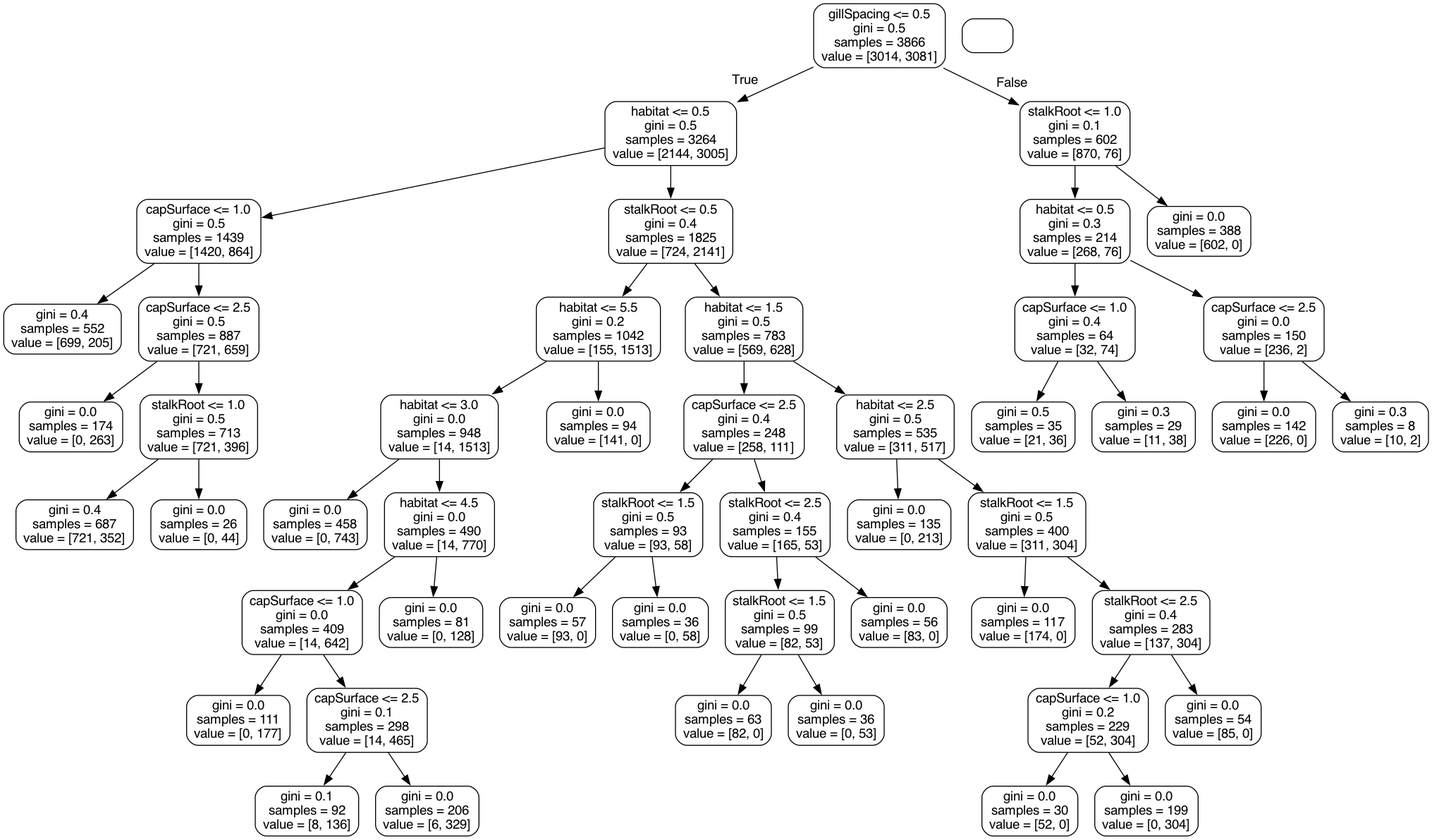
This is tree.png from williamhenderson02/ML-Coursework-2022, a Graphviz export, as it was before one commit. Its source is kept beside it as tree.dot.
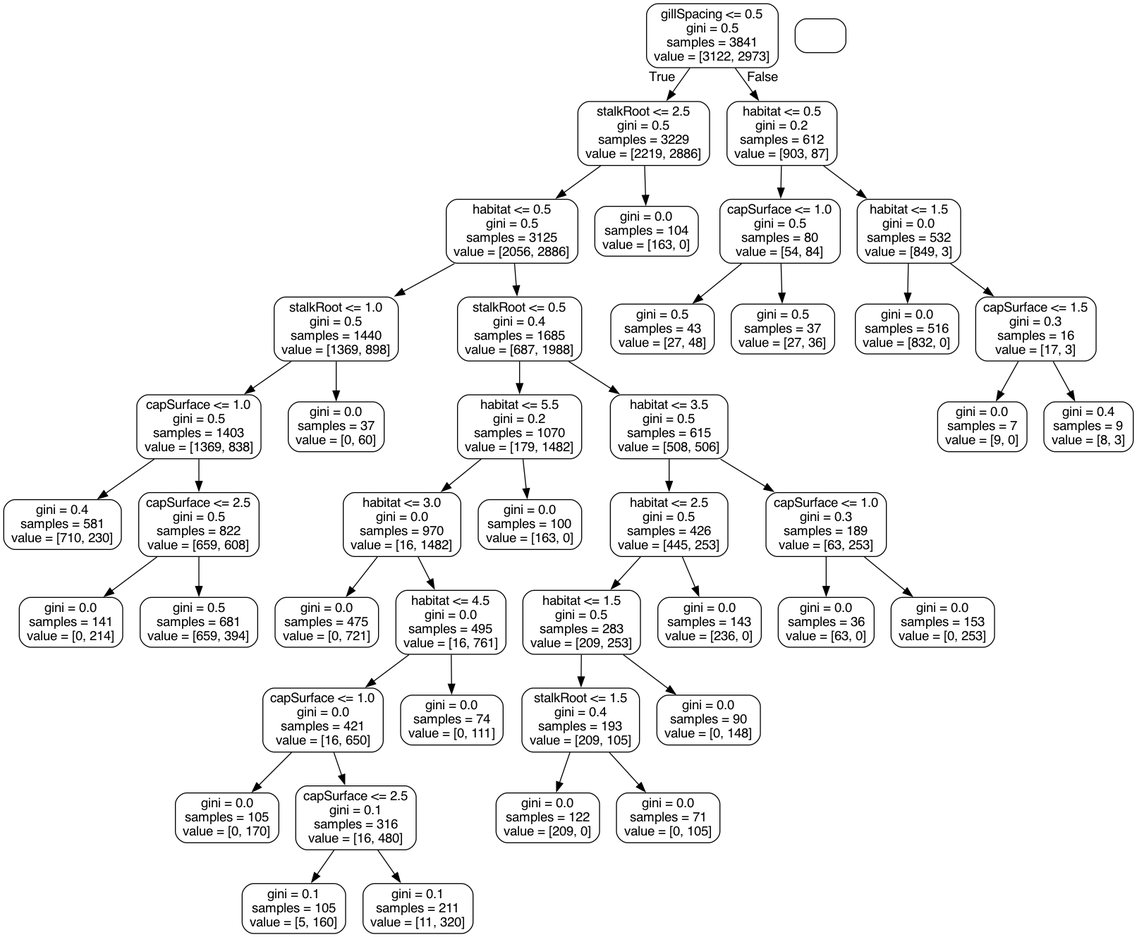
After the change.

Change to the diagram source:
```diff
@@ -1,101 +1,89 @@
 digraph Tree {
 node [shape=box, style="rounded", color="black", fontname="helvetica"] ;
 edge [fontname="helvetica"] ;
-0 [label="gillSpacing <= 0.5\ngini = 0.5\nsamples = 3866\nvalue = [3014, 3081]"] ;
-1 [label="habitat <= 0.5\ngini = 0.5\nsamples = 3264\nvalue = [2144, 3005]"] ;
+0 [label="gillSpacing <= 0.5\ngini = 0.5\nsamples = 3841\nvalue = [3122, 2973]"] ;
+1 [label="stalkRoot <= 2.5\ngini = 0.5\nsamples = 3229\nvalue = [2219, 2886]"] ;
 0 -> 1 [labeldistance=2.5, labelangle=45, headlabel="True"] ;
-2 [label="capSurface <= 1.0\ngini = 0.5\nsamples = 1439\nvalue = [1420, 864]"] ;
+2 [label="habitat <= 0.5\ngini = 0.5\nsamples = 3125\nvalue = [2056, 2886]"] ;
 1 -> 2 ;
-3 [label="gini = 0.4\nsamples = 552\nvalue = [699, 205]"] ;
+3 [label="stalkRoot <= 1.0\ngini = 0.5\nsamples = 1440\nvalue = [1369, 898]"] ;
 2 -> 3 ;
-4 [label="capSurface <= 2.5\ngini = 0.5\nsamples = 887\nvalue = [721, 659]"] ;
-2 -> 4 ;
-5 [label="gini = 0.0\nsamples = 174\nvalue = [0, 263]"] ;
+4 [label="capSurface <= 1.0\ngini = 0.5\nsamples = 1403\nvalue = [1369, 838]"] ;
+3 -> 4 ;
+5 [label="gini = 0.4\nsamples = 581\nvalue = [710, 230]"] ;
 4 -> 5 ;
-6 [label="stalkRoot <= 1.0\ngini = 0.5\nsamples = 713\nvalue = [721, 396]"] ;
+6 [label="capSurface <= 2.5\ngini = 0.5\nsamples = 822\nvalue = [659, 608]"] ;
 4 -> 6 ;
-7 [label="gini = 0.4\nsamples = 687\nvalue = [721, 352]"] ;
+7 [label="gini = 0.0\nsamples = 141\nvalue = [0, 214]"] ;
 6 -> 7 ;
-8 [label="gini = 0.0\nsamples = 26\nvalue = [0, 44]"] ;
+8 [label="gini = 0.5\nsamples = 681\nvalue = [659, 394]"] ;
 6 -> 8 ;
-9 [label="stalkRoot <= 0.5\ngini = 0.4\nsamples = 1825\nvalue = [724, 2141]"] ;
-1 -> 9 ;
-10 [label="habitat <= 5.5\ngini = 0.2\nsamples = 1042\nvalue = [155, 1513]"] ;
-9 -> 10 ;
-11 [label="habitat <= 3.0\ngini = 0.0\nsamples = 948\nvalue = [14, 1513]"] ;
+9 [label="gini = 0.0\nsamples = 37\nvalue = [0, 60]"] ;
+3 -> 9 ;
+10 [label="stalkRoot <= 0.5\ngini = 0.4\nsamples = 1685\nvalue = [687, 1988]"] ;
+2 -> 10 ;
+11 [label="habitat <= 5.5\ngini = 0.2\nsamples = 1070\nvalue = [179, 1482]"] ;
 10 -> 11 ;
-12 [label="gini = 0.0\nsamples = 458\nvalue = [0, 743]"] ;
+12 [label="habitat <= 3.0\ngini = 0.0\nsamples = 970\nvalue = [16, 1482]"] ;
 11 -> 12 ;
-13 [label="habitat <= 4.5\ngini = 0.0\nsamples = 490\nvalue = [14, 770]"] ;
-11 -> 13 ;
-14 [label="capSurface <= 1.0\ngini = 0.0\nsamples = 409\nvalue = [14, 642]"] ;
-13 -> 14 ;
-15 [label="gini = 0.0\nsamples = 111\nvalue = [0, 177]"] ;
+13 [label="gini = 0.0\nsamples = 475\nvalue = [0, 721]"] ;
+12 -> 13 ;
+14 [label="habitat <= 4.5\ngini = 0.0\nsamples = 495\nvalue = [16, 761]"] ;
+12 -> 14 ;
+15 [label="capSurface <= 1.0\ngini = 0.0\nsamples = 421\nvalue = [16, 650]"] ;
 14 -> 15 ;
-16 [label="capSurface <= 2.5\ngini = 0.1\nsamples = 298\nvalue = [14, 465]"] ;
-14 -> 16 ;
-17 [label="gini = 0.1\nsamples = 92\nvalue = [8, 136]"] ;
-16 -> 17 ;
-18 [label="gini = 0.0\nsamples = 206\nvalue = [6, 329]"] ;
-16 -> 18 ;
-19 [label="gini = 0.0\nsamples = 81\nvalue = [0, 128]"] ;
-13 -> 19 ;
-20 [label="gini = 0.0\nsamples = 94\nvalue = [141, 0]"] ;
-10 -> 20 ;
-21 [label="habitat <= 1.5\ngini = 0.5\nsamples = 783\nvalue = [569, 628]"] ;
-9 -> 21 ;
-22 [label="capSurface <= 2.5\ngini = 0.4\nsamples = 248\nvalue = [258, 111]"] ;
-21 -> 22 ;
-23 [label="stalkRoot <= 1.5\ngini = 0.5\nsamples = 93\nvalue = [93, 58]"] ;
+16 [label="gini = 0.0\nsamples = 105\nvalue = [0, 170]"] ;
+15 -> 16 ;
+17 [label="capSurface <= 2.5\ngini = 0.1\nsamples = 316\nvalue = [16, 480]"] ;
+15 -> 17 ;
+18 [label="gini = 0.1\nsamples = 105\nvalue = [5, 160]"] ;
+17 -> 18 ;
+19 [label="gini = 0.1\nsamples = 211\nvalue = [11, 320]"] ;
+17 -> 19 ;
+20 [label="gini = 0.0\nsamples = 74\nvalue = [0, 111]"] ;
+14 -> 20 ;
+21 [label="gini = 0.0\nsamples = 100\nvalue = [163, 0]"] ;
+11 -> 21 ;
+22 [label="habitat <= 3.5\ngini = 0.5\nsamples = 615\nvalue = [508, 506]"] ;
+10 -> 22 ;
+23 [label="habitat <= 2.5\ngini = 0.5\nsamples = 426\nvalue = [445, 253]"] ;
 22 -> 23 ;
-24 [label="gini = 0.0\nsamples = 57\nvalue = [93, 0]"] ;
+24 [label="habitat <= 1.5\ngini = 0.5\nsamples = 283\nvalue = [209, 253]"] ;
 23 -> 24 ;
-25 [label="gini = 0.0\nsamples = 36\nvalue = [0, 58]"] ;
-23 -> 25 ;
-26 [label="stalkRoot <= 2.5\ngini = 0.4\nsamples = 155\nvalue = [165, 53]"] ;
-22 -> 26 ;
-27 [label="stalkRoot <= 1.5\ngini = 0.5\nsamples = 99\nvalue = [82, 53]"] ;
-26 -> 27 ;
-28 [label="gini = 0.0\nsamples = 63\nvalue = [82, 0]"] ;
-27 -> 28 ;
-29 [label="gini = 0.0\nsamples = 36\nvalue = [0, 53]"] ;
-27 -> 29 ;
-30 [label="gini = 0.0\nsamples = 56\nvalue = [83, 0]"] ;
-26 -> 30 ;
-31 [label="habitat <= 2.5\ngini = 0.5\nsamples = 535\nvalue = [311, 517]"] ;
-21 -> 31 ;
-32 [label="gini = 0.0\nsamples = 135\nvalue = [0, 213]"] ;
-31 -> 32 ;
-33 [label="stalkRoot <= 1.5\ngini = 0.5\nsamples = 400\nvalue = [311, 304]"] ;
-31 -> 33 ;
-34 [label="gini = 0.0\nsamples = 117\nvalue = [174, 0]"] ;
-33 -> 34 ;
-35 [label="stalkRoot <= 2.5\ngini = 0.4\nsamples = 283\nvalue = [137, 304]"] ;
-33 -> 35 ;
-36 [label="capSurface <= 1.0\ngini = 0.2\nsamples = 229\nvalue = [52, 304]"] ;
+25 [label="stalkRoot <= 1.5\ngini = 0.4\nsamples = 193\nvalue = [209, 105]"] ;
+24 -> 25 ;
+26 [label="gini = 0.0\nsamples = 122\nvalue = [209, 0]"] ;
+25 -> 26 ;
+27 [label="gini = 0.0\nsamples = 71\nvalue = [0, 105]"] ;
+25 -> 27 ;
+28 [label="gini = 0.0\nsamples = 90\nvalue = [0, 148]"] ;
+24 -> 28 ;
+29 [label="gini = 0.0\nsamples = 143\nvalue = [236, 0]"] ;
+23 -> 29 ;
+30 [label="capSurface <= 1.0\ngini = 0.3\nsamples = 189\nvalue = [63, 253]"] ;
+22 -> 30 ;
+31 [label="gini = 0.0\nsamples = 36\nvalue = [63, 0]"] ;
+30 -> 31 ;
+32 [label="gini = 0.0\nsamples = 153\nvalue = [0, 253]"] ;
+30 -> 32 ;
+33 [label="gini = 0.0\nsamples = 104\nvalue = [163, 0]"] ;
+1 -> 33 ;
+34 [label="habitat <= 0.5\ngini = 0.2\nsamples = 612\nvalue = [903, 87]"] ;
+0 -> 34 [labeldistance=2.5, labelangle=-45, headlabel="False"] ;
+35 [label="capSurface <= 1.0\ngini = 0.5\nsamples = 80\nvalue = [54, 84]"] ;
+34 -> 35 ;
+36 [label="gini = 0.5\nsamples = 43\nvalue = [27, 48]"] ;
 35 -> 36 ;
-37 [label="gini = 0.0\nsamples = 30\nvalue = [52, 0]"] ;
-36 -> 37 ;
-38 [label="gini = 0.0\nsamples = 199\nvalue = [0, 304]"] ;
-36 -> 38 ;
-39 [label="gini = 0.0\nsamples = 54\nvalue = [85, 0]"] ;
-35 -> 39 ;
-40 [label="stalkRoot <= 1.0\ngini = 0.1\nsamples = 602\nvalue = [870, 76]"] ;
-0 -> 40 [labeldistance=2.5, labelangle=-45, headlabel="False"] ;
-41 [label="habitat <= 0.5\ngini = 0.3\nsamples = 214\nvalue = [268, 76]"] ;
+37 [label="gini = 0.5\nsamples = 37\nvalue = [27, 36]"] ;
+35 -> 37 ;
+38 [label="habitat <= 1.5\ngini = 0.0\nsamples = 532\nvalue = [849, 3]"] ;
+34 -> 38 ;
+39 [label="gini = 0.0\nsamples = 516\nvalue = [832, 0]"] ;
+38 -> 39 ;
+40 [label="capSurface <= 1.5\ngini = 0.3\nsamples = 16\nvalue = [17, 3]"] ;
+38 -> 40 ;
+41 [label="gini = 0.0\nsamples = 7\nvalue = [9, 0]"] ;
 40 -> 41 ;
-42 [label="capSurface <= 1.0\ngini = 0.4\nsamples = 64\nvalue = [32, 74]"] ;
-41 -> 42 ;
-43 [label="gini = 0.5\nsamples = 35\nvalue = [21, 36]"] ;
-42 -> 43 ;
-44 [label="gini = 0.3\nsamples = 29\nvalue = [11, 38]"] ;
-42 -> 44 ;
-45 [label="capSurface <= 2.5\ngini = 0.0\nsamples = 150\nvalue = [236, 2]"] ;
-41 -> 45 ;
-46 [label="gini = 0.0\nsamples = 142\nvalue = [226, 0]"] ;
-45 -> 46 ;
-47 [label="gini = 0.3\nsamples = 8\nvalue = [10, 2]"] ;
-45 -> 47 ;
-48 [label="gini = 0.0\nsamples = 388\nvalue = [602, 0]"] ;
-40 -> 48 ;
+42 [label="gini = 0.4\nsamples = 9\nvalue = [8, 3]"] ;
+40 -> 42 ;
 }
```
